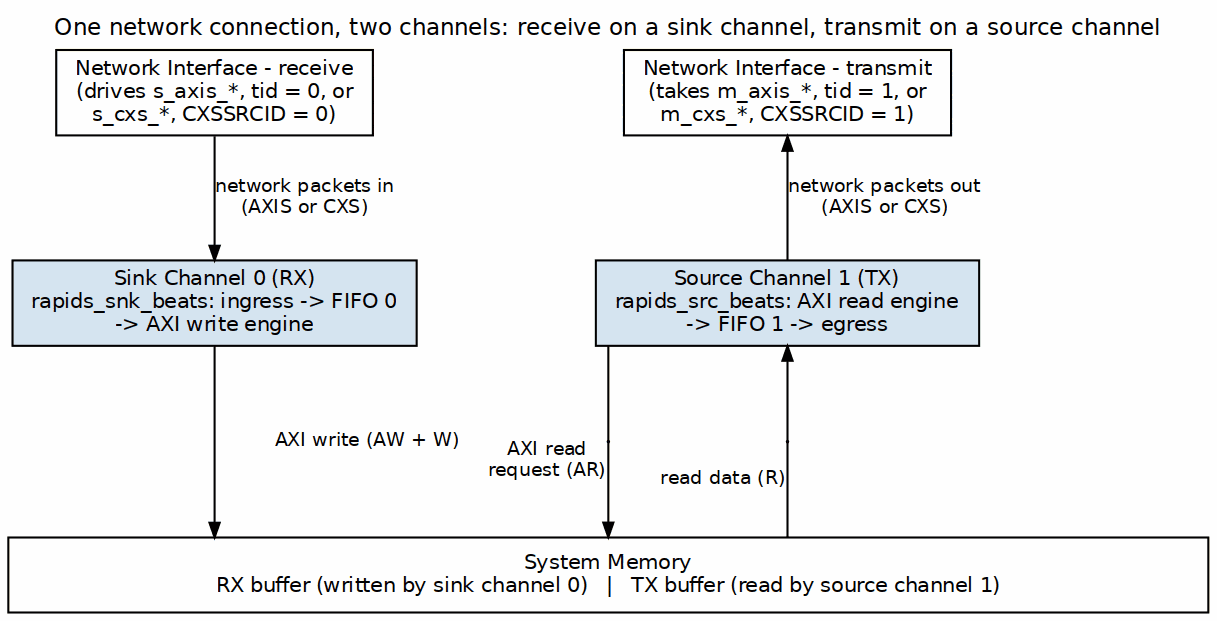
Before: projects/components/dma-ip/rapids/docs/rapids_beats_has/assets/graphviz/ch04_bidirectional.png, a diagram exported from Graphviz (sean-galloway/RTLDesignSherpa). Its source is kept beside it as projects/components/dma-ip/rapids/docs/rapids_beats_has/assets/graphviz/ch04_bidirectional.dot.
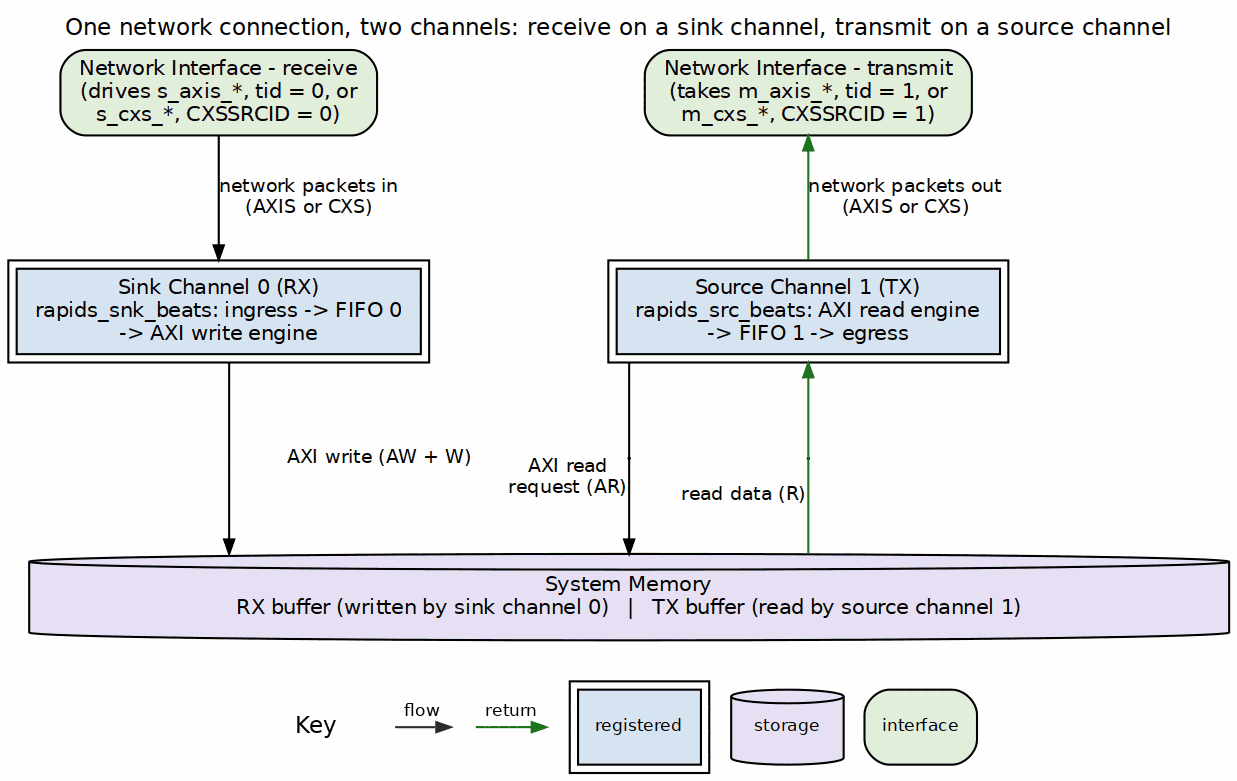
Later version of the same file.

Change to the diagram source:
```diff
@@ -4,26 +4,26 @@
            label="One network connection, two channels: receive on a sink channel, transmit on a source channel",
            labelloc=t, labeljust=c];
     node  [fontname="Helvetica", fontsize=10, shape=box, style=filled,
-           fillcolor="#D6E4F0", color="black", margin="0.12,0.06"];
+           fillcolor="white", color="black", margin="0.12,0.06"];
     edge  [fontname="Helvetica", fontsize=9, color="black", arrowsize=0.7];
 
-    nic_rx [label="Network Interface - receive\n(drives s_axis_*, tid = 0, or\ns_cxs_*, CXSSRCID = 0)", fillcolor="white"];
-    nic_tx [label="Network Interface - transmit\n(takes m_axis_*, tid = 1, or\nm_cxs_*, CXSSRCID = 1)", fillcolor="white"];
-    snk [label="Sink Channel 0 (RX)\nrapids_snk_beats: ingress -> FIFO 0\n-> AXI write engine"];
-    src [label="Source Channel 1 (TX)\nrapids_src_beats: AXI read engine\n-> FIFO 1 -> egress"];
-    mem [label="System Memory\nRX buffer (written by sink channel 0)   |   TX buffer (read by source channel 1)", fillcolor="white", width=8.0];
+    nic_rx [label="Network Interface - receive\n(drives s_axis_*, tid = 0, or\ns_cxs_*, CXSSRCID = 0)", fillcolor="white", style="rounded,filled", fillcolor="#E2EFDA"];
+    nic_tx [label="Network Interface - transmit\n(takes m_axis_*, tid = 1, or\nm_cxs_*, CXSSRCID = 1)", fillcolor="white", style="rounded,filled", fillcolor="#E2EFDA"];
+    snk [label="Sink Channel 0 (RX)\nrapids_snk_beats: ingress -> FIFO 0\n-> AXI write engine", peripheries=2, style="filled", fillcolor="#D6E4F0"];
+    src [label="Source Channel 1 (TX)\nrapids_src_beats: AXI read engine\n-> FIFO 1 -> egress", peripheries=2, style="filled", fillcolor="#D6E4F0"];
+    mem [label="System Memory\nRX buffer (written by sink channel 0)   |   TX buffer (read by source channel 1)", fillcolor="white", width=8.0, shape=cylinder, style="filled", fillcolor="#E8DFF5"];
 
     nic_rx -> snk [label="network packets in\n(AXIS or CXS)"];
     snk -> mem [label="AXI write (AW + W)"];
-    nic_tx -> src [dir=back, label="network packets out\n(AXIS or CXS)"];
+    nic_tx -> src [color="#1A7A1A", dir=back, label="network packets out\n(AXIS or CXS)"];
     p_ar [shape=point, width=0.01];
     p_r  [shape=point, width=0.01];
     { rank=same; p_ar; p_r; }
     p_ar -> p_r [style=invis];
     src -> p_ar [arrowhead=none, headclip=false];
     p_ar -> mem [xlabel="AXI read\nrequest (AR)", tailclip=false];
-    src -> p_r  [dir=back, headclip=false];
-    p_r -> mem  [dir=none, xlabel="read data (R)", tailclip=false];
+    src -> p_r  [color="#1A7A1A", dir=back, headclip=false];
+    p_r -> mem  [color="#1A7A1A", dir=none, xlabel="read data (R)", tailclip=false];
 
     { rank=same; nic_rx; nic_tx; }
     { rank=same; snk; src; }
```
